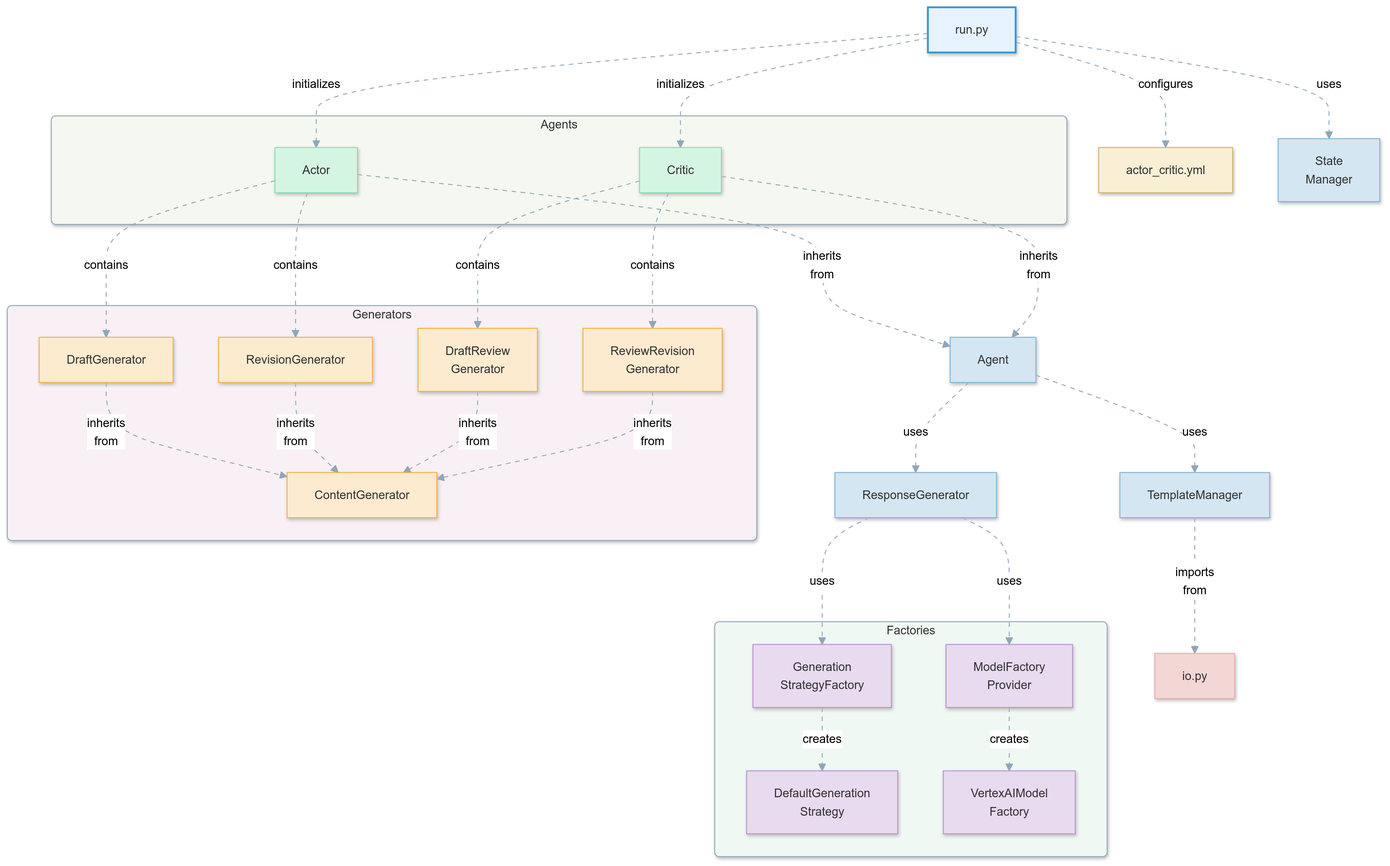
The Mermaid diagram img/png/components/actor_critic.png in achimdehnert/Agentic-Workflow-Patterns, before a commit. Its source is kept beside it as img/mermaid/components/actor_critic.mmd. Source of this version:
```mermaid
%%{init: {
  'theme': 'neutral',
  'themeVariables': {
    'primaryColor': '#f0f4f8',
    'primaryTextColor': '#333',
    'primaryBorderColor': '#8fa7b8',
    'lineColor': '#8fa7b8',
    'secondaryColor': '#f8f0f4',
    'tertiaryColor': '#f4f8f0',
    'fontFamily': 'Trebuchet MS, Arial, sans-serif',
    'fontSize': '13px'
  }
}}%%

graph TD
    classDef default fill:#fff,stroke:#8fa7b8,stroke-width:1px;
    classDef entrypoint fill:#e6f3ff,color:#333,stroke:#3498db,stroke-width:2px;
    classDef config fill:#f9efd4,color:#333,stroke:#d4b26a;
    classDef core fill:#d4e6f1,color:#333,stroke:#7fb3d5;
    classDef agent fill:#d5f5e3,color:#333,stroke:#82e0aa;
    classDef generator fill:#fdebd0,color:#333,stroke:#f5b041;
    classDef factory fill:#e8daef,color:#333,stroke:#bb8fce;
    classDef strategy fill:#d6eaf8,color:#333,stroke:#85c1e9;
    classDef util fill:#f2d7d5,color:#333,stroke:#e6b0aa;

    A[run.py] --> |configures| B[actor_critic.yml]
    A --> |uses| C[State<br>Manager]
    A --> |initializes| D[Actor]
    A --> |initializes| E[Critic]

    D --> |inherits<br>from| F[Agent]
    E --> |inherits<br>from| F

    F --> |uses| G[TemplateManager]
    F --> |uses| H[ResponseGenerator]

    G --> |imports<br>from| I[io.py]
    H --> |uses| J[Generation<br>StrategyFactory]
    H --> |uses| K[ModelFactory<br>Provider]

    J --> |creates| L[DefaultGeneration<br>Strategy]
    K --> |creates| M[VertexAIModel<br>Factory]

    D --> |contains| N[DraftGenerator]
    D --> |contains| O[RevisionGenerator]

    E --> |contains| P[DraftReview<br>Generator]
    E --> |contains| Q[ReviewRevision<br>Generator]

    N --> |inherits<br>from| R[ContentGenerator]
    O --> |inherits<br>from| R
    P --> |inherits<br>from| R
    Q --> |inherits<br>from| R

    class A entrypoint;
    class B config;
    class C,F,G,H core;
    class D,E agent;
    class I util;
    class J,K,L,M factory;
    class N,O,P,Q,R generator;

    linkStyle default stroke:#8fa7b8,stroke-width:1px,stroke-dasharray: 5 5;

    subgraph Agents
        D
        E
    end

    subgraph Generators
        N
        O
        P
        Q
        R
    end

    subgraph Factories
        J
        K
        L
        M
    end

    style Agents fill:#f4f8f0,stroke:#8fa7b8,stroke-width:1px,rx:5,ry:5;
    style Generators fill:#f8f0f4,stroke:#8fa7b8,stroke-width:1px,rx:5,ry:5;
    style Factories fill:#f0f8f4,stroke:#8fa7b8,stroke-width:1px,rx:5,ry:5;
```
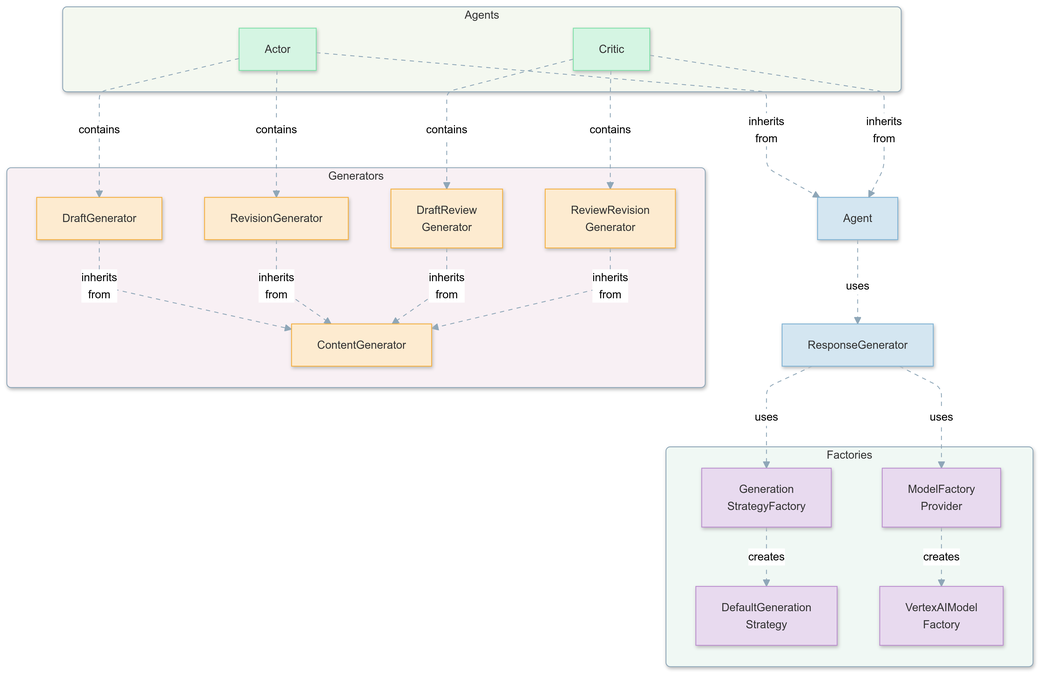
The same diagram one commit later.

What changed in the source:
```diff
@@ -15,7 +15,6 @@
 graph TD
     classDef default fill:#fff,stroke:#8fa7b8,stroke-width:1px;
     classDef entrypoint fill:#e6f3ff,color:#333,stroke:#3498db,stroke-width:2px;
-    classDef config fill:#f9efd4,color:#333,stroke:#d4b26a;
     classDef core fill:#d4e6f1,color:#333,stroke:#7fb3d5;
     classDef agent fill:#d5f5e3,color:#333,stroke:#82e0aa;
     classDef generator fill:#fdebd0,color:#333,stroke:#f5b041;
@@ -23,18 +22,14 @@
     classDef strategy fill:#d6eaf8,color:#333,stroke:#85c1e9;
     classDef util fill:#f2d7d5,color:#333,stroke:#e6b0aa;
 
-    A[run.py] --> |configures| B[actor_critic.yml]
-    A --> |uses| C[State<br>Manager]
-    A --> |initializes| D[Actor]
-    A --> |initializes| E[Critic]
+    D[Actor]
+    E[Critic]
 
     D --> |inherits<br>from| F[Agent]
     E --> |inherits<br>from| F
 
-    F --> |uses| G[TemplateManager]
     F --> |uses| H[ResponseGenerator]
 
-    G --> |imports<br>from| I[io.py]
     H --> |uses| J[Generation<br>StrategyFactory]
     H --> |uses| K[ModelFactory<br>Provider]
 
@@ -52,11 +47,8 @@
     P --> |inherits<br>from| R
     Q --> |inherits<br>from| R
 
-    class A entrypoint;
-    class B config;
-    class C,F,G,H core;
+    class F,H core;
     class D,E agent;
-    class I util;
     class J,K,L,M factory;
     class N,O,P,Q,R generator;
 
```
